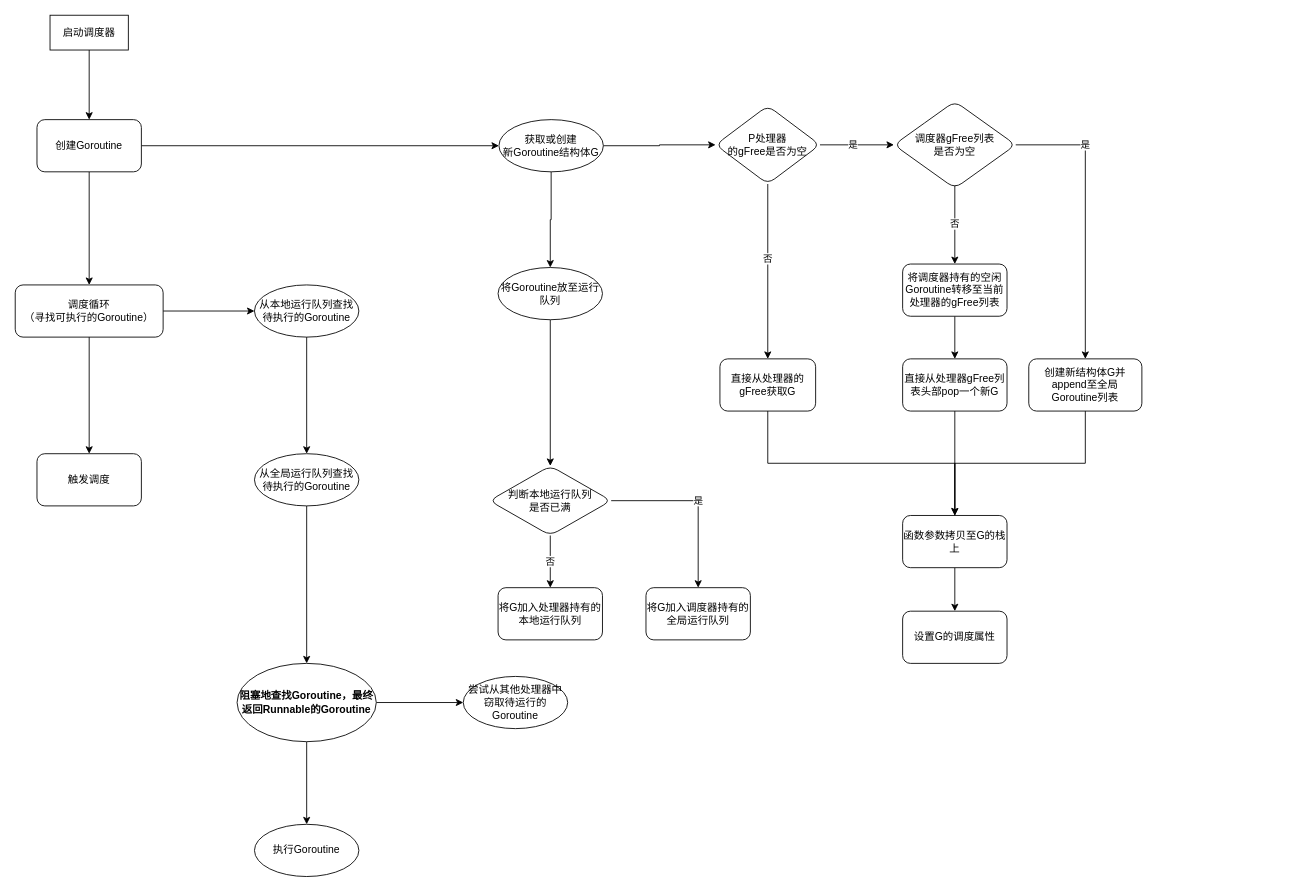
Above: Golang的Goroutine原理机制.drawio in Lijuce/gitTest (draw.io), before the change. Source tidied: cells renumbered, new cells numbered last; positions are measured from the earlier drawing's top-left corner, leaving out a move shared by most shapes. Both pictures are drawn from the tidied source at 87%, with x=0, y=0 at pixel (15, 15).
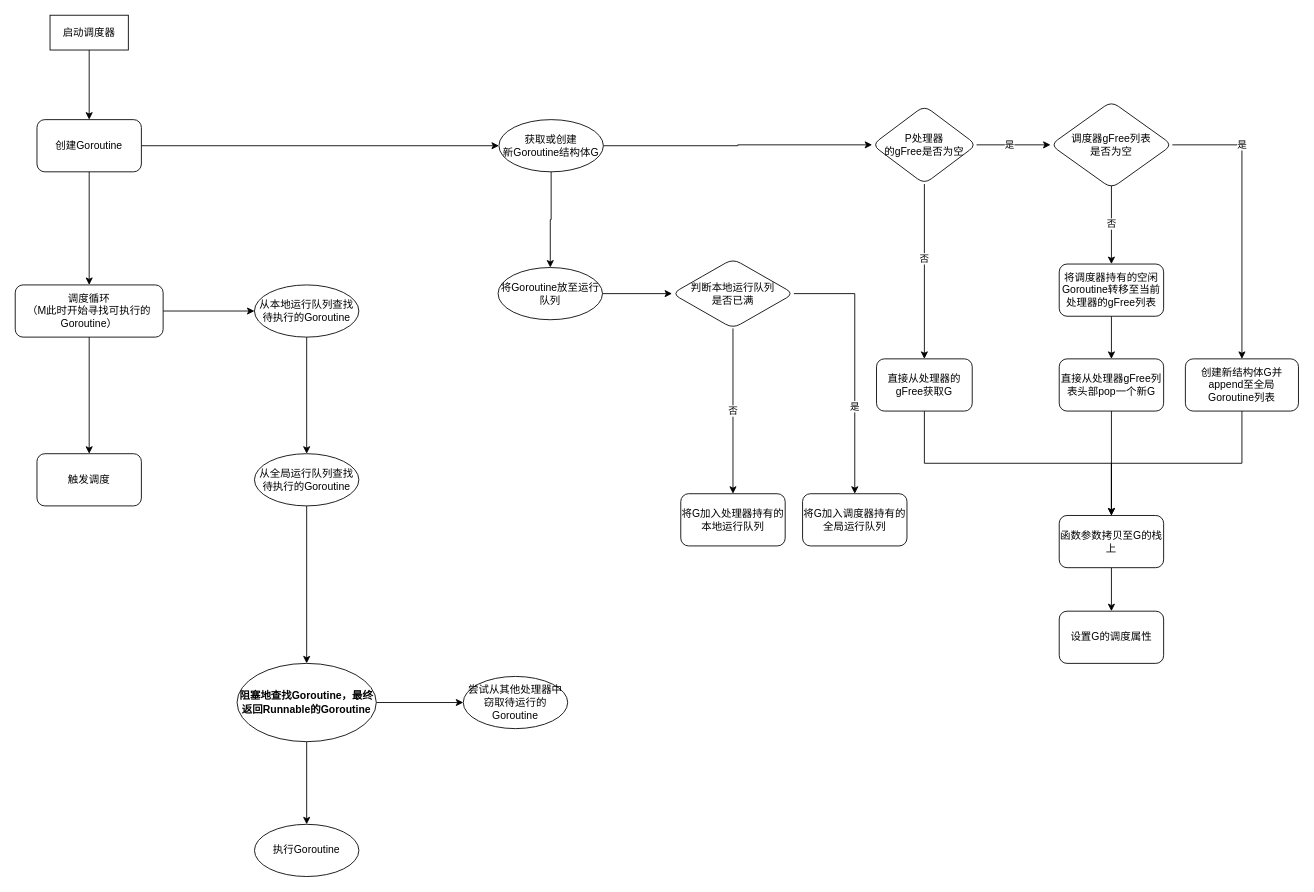
Above is the later version.

Commit message:
Update Golang的Goroutine原理机制.drawio

Unchanged cells that the change refers to:
```xml
<mxCell id="25" value="将Goroutine放至运行队列" style="ellipse;whiteSpace=wrap;html=1;rounded=1;" parent="1" vertex="1">
  <mxGeometry x="555" y="290" width="120" height="60" as="geometry" />
</mxCell>
```

The edit, as a diff of the source:
```diff
@@
     <mxCell id="12" value="P处理器&lt;br&gt;的gFree是否为空" style="rhombus;whiteSpace=wrap;html=1;rounded=1;" parent="1" vertex="1">
-      <mxGeometry x="805" y="104" width="120" height="90" as="geometry" />
+      <mxGeometry x="985" y="104" width="120" height="90" as="geometry" />
     </mxCell>
     <mxCell id="13" style="edgeStyle=orthogonalEdgeStyle;rounded=0;jettySize=auto;html=1;entryX=0.5;entryY=0;entryDx=0;entryDy=0;" parent="1" edge="1" source="14" target="27">
       <mxGeometry relative="1" as="geometry">
         <Array as="points">
-          <mxPoint x="865" y="515" />
-          <mxPoint x="1080" y="515" />
+          <mxPoint x="1045" y="515" />
+          <mxPoint x="1260" y="515" />
         </Array>
       </mxGeometry>
     </mxCell>
     <mxCell id="14" value="直接从处理器的gFree获取G" style="whiteSpace=wrap;html=1;rounded=1;" parent="1" vertex="1">
-      <mxGeometry x="810" y="395" width="110" height="60" as="geometry" />
+      <mxGeometry x="990" y="395" width="110" height="60" as="geometry" />
     </mxCell>
     <mxCell id="15" value="否" style="edgeStyle=orthogonalEdgeStyle;rounded=0;jettySize=auto;html=1;exitX=0.513;exitY=0.963;exitDx=0;exitDy=0;exitPerimeter=0;entryX=0.5;entryY=0;entryDx=0;entryDy=0;" parent="1" edge="1" target="19">
       <mxGeometry relative="1" as="geometry">
-        <mxPoint x="1081.8" y="195.3" as="sourcePoint" />
+        <mxPoint x="1261.8" y="195.3" as="sourcePoint" />
         <Array as="points">
-          <mxPoint x="1080" y="195" />
+          <mxPoint x="1260" y="195" />
         </Array>
       </mxGeometry>
     </mxCell>
@@
     <mxCell id="17" value="调度器gFree列表&lt;br&gt;是否为空" style="rhombus;whiteSpace=wrap;html=1;rounded=1;" parent="1" vertex="1">
-      <mxGeometry x="1010" y="99" width="140" height="100" as="geometry" />
+      <mxGeometry x="1190" y="99" width="140" height="100" as="geometry" />
     </mxCell>
@@
     <mxCell id="19" value="将调度器持有的空闲Goroutine转移至当前处理器的gFree列表" style="whiteSpace=wrap;html=1;rounded=1;" parent="1" vertex="1">
-      <mxGeometry x="1020" y="286" width="120" height="60" as="geometry" />
+      <mxGeometry x="1200" y="286" width="120" height="60" as="geometry" />
     </mxCell>
     <mxCell id="20" style="edgeStyle=orthogonalEdgeStyle;rounded=0;jettySize=auto;html=1;exitX=0.5;exitY=1;exitDx=0;exitDy=0;" parent="1" edge="1" source="21">
       <mxGeometry relative="1" as="geometry">
-        <mxPoint x="1080" y="595" as="targetPoint" />
+        <mxPoint x="1260" y="595" as="targetPoint" />
       </mxGeometry>
     </mxCell>
     <mxCell id="21" value="直接从处理器gFree列表头部pop一个新G" style="whiteSpace=wrap;html=1;rounded=1;" parent="1" vertex="1">
-      <mxGeometry x="1020" y="395" width="120" height="60" as="geometry" />
+      <mxGeometry x="1200" y="395" width="120" height="60" as="geometry" />
     </mxCell>
     <mxCell id="22" style="edgeStyle=orthogonalEdgeStyle;rounded=0;jettySize=auto;html=1;entryX=0.5;entryY=0;entryDx=0;entryDy=0;entryPerimeter=0;" parent="1" edge="1" source="23" target="27">
       <mxGeometry relative="1" as="geometry">
         <Array as="points">
-          <mxPoint x="1230" y="515" />
-          <mxPoint x="1080" y="515" />
+          <mxPoint x="1410" y="515" />
+          <mxPoint x="1260" y="515" />
         </Array>
       </mxGeometry>
     </mxCell>
     <mxCell id="23" value="创建新结构体G并append至全局Goroutine列表" style="whiteSpace=wrap;html=1;rounded=1;" parent="1" vertex="1">
-      <mxGeometry x="1165" y="395" width="130" height="60" as="geometry" />
+      <mxGeometry x="1345" y="395" width="130" height="60" as="geometry" />
     </mxCell>
-    <mxCell id="24" style="edgeStyle=orthogonalEdgeStyle;rounded=0;jettySize=auto;html=1;exitX=0.5;exitY=1;exitDx=0;exitDy=0;entryX=0.5;entryY=0;entryDx=0;entryDy=0;" parent="1" edge="1" source="25" target="35">
+    <mxCell id="24" style="edgeStyle=orthogonalEdgeStyle;rounded=0;jettySize=auto;html=1;exitX=1;exitY=0.5;exitDx=0;exitDy=0;entryX=0;entryY=0.5;entryDx=0;entryDy=0;" parent="1" edge="1" source="25" target="35">
       <mxGeometry relative="1" as="geometry" />
     </mxCell>
@@
     <mxCell id="27" value="函数参数拷贝至G的栈上" style="whiteSpace=wrap;html=1;rounded=1;" parent="1" vertex="1">
-      <mxGeometry x="1020" y="575" width="120" height="60" as="geometry" />
+      <mxGeometry x="1200" y="575" width="120" height="60" as="geometry" />
     </mxCell>
     <mxCell id="28" value="设置G的调度属性" style="whiteSpace=wrap;html=1;rounded=1;" parent="1" vertex="1">
-      <mxGeometry x="1020" y="685" width="120" height="60" as="geometry" />
+      <mxGeometry x="1200" y="685" width="120" height="60" as="geometry" />
     </mxCell>
@@
-    <mxCell id="31" value="调度循环&lt;br&gt;（寻找可执行的Goroutine）" style="rounded=1;whiteSpace=wrap;html=1;" parent="1" vertex="1">
+    <mxCell id="31" value="调度循环&lt;br&gt;（M此时开始寻找可执行的Goroutine）" style="rounded=1;whiteSpace=wrap;html=1;" parent="1" vertex="1">
       <mxGeometry y="310" width="170" height="60" as="geometry" />
     </mxCell>
@@
-    <mxCell id="33" value="否" style="edgeStyle=orthogonalEdgeStyle;rounded=0;jettySize=auto;html=1;" parent="1" edge="1" source="35" target="36">
+    <mxCell id="33" value="否" style="edgeStyle=orthogonalEdgeStyle;rounded=0;jettySize=auto;html=1;exitX=0.5;exitY=1;exitDx=0;exitDy=0;" parent="1" edge="1" source="35" target="36">
       <mxGeometry relative="1" as="geometry" />
     </mxCell>
     <mxCell id="34" value="是" style="edgeStyle=orthogonalEdgeStyle;rounded=0;jettySize=auto;html=1;" parent="1" edge="1" source="35" target="37">
-      <mxGeometry relative="1" as="geometry" />
+      <mxGeometry x="0.33" relative="1" as="geometry" />
     </mxCell>
     <mxCell id="35" value="判断本地运行队列&lt;br&gt;是否已满" style="rhombus;whiteSpace=wrap;html=1;rounded=1;" parent="1" vertex="1">
-      <mxGeometry x="545" y="518" width="140" height="80" as="geometry" />
+      <mxGeometry x="755" y="280" width="140" height="80" as="geometry" />
     </mxCell>
     <mxCell id="36" value="将G加入处理器持有的本地运行队列" style="whiteSpace=wrap;html=1;rounded=1;" parent="1" vertex="1">
-      <mxGeometry x="555" y="658" width="120" height="60" as="geometry" />
+      <mxGeometry x="765" y="550" width="120" height="60" as="geometry" />
     </mxCell>
     <mxCell id="37" value="将G加入调度器持有的全局运行队列" style="whiteSpace=wrap;html=1;rounded=1;" parent="1" vertex="1">
-      <mxGeometry x="725" y="658" width="120" height="60" as="geometry" />
+      <mxGeometry x="905" y="550" width="120" height="60" as="geometry" />
     </mxCell>
```
